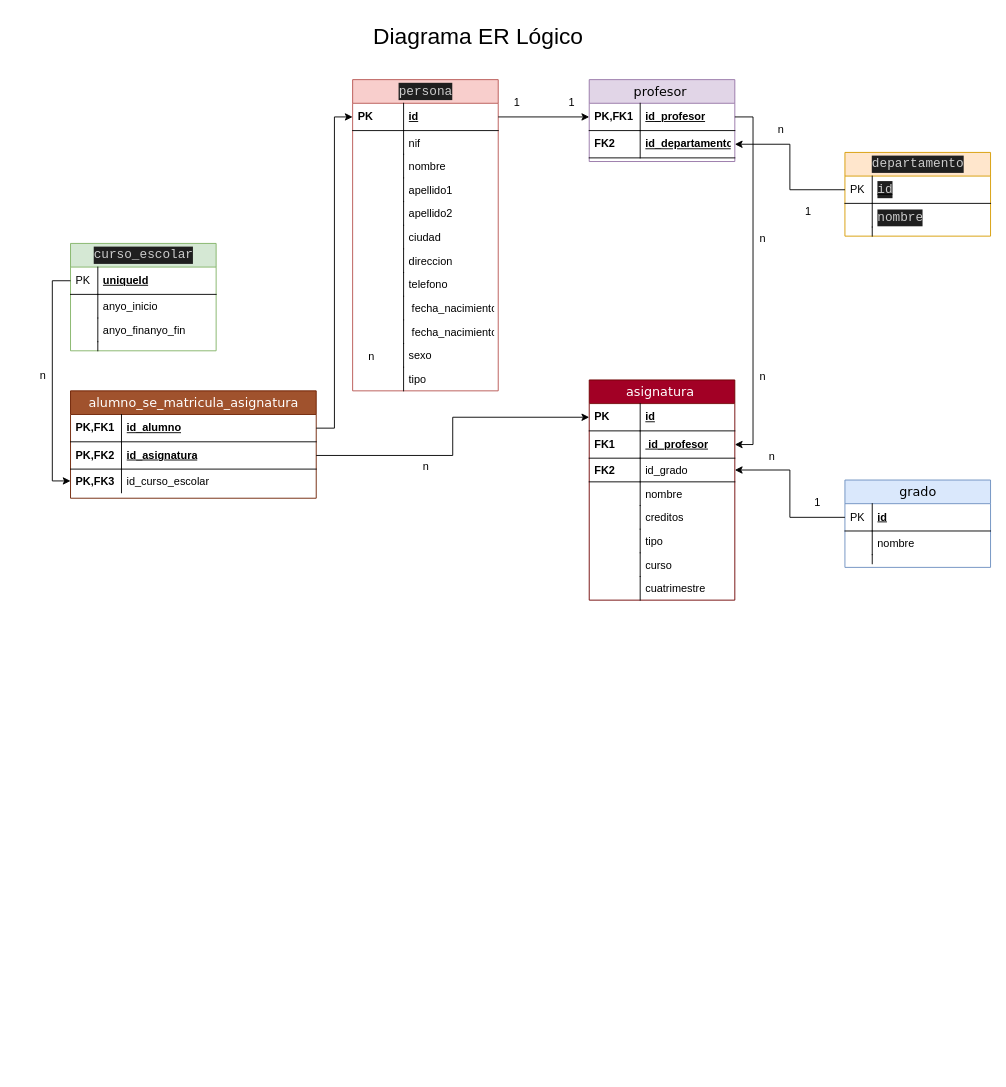
This is Examen.drawio from artissce/BD_FALL2024, a draw.io file, before an edit. Source tidied: cells renumbered, new cells numbered last; positions are measured from the earlier drawing's top-left corner, leaving out a move shared by most shapes. Both pictures are drawn from the tidied source at 91%, with x=0, y=0 at pixel (15, 15).
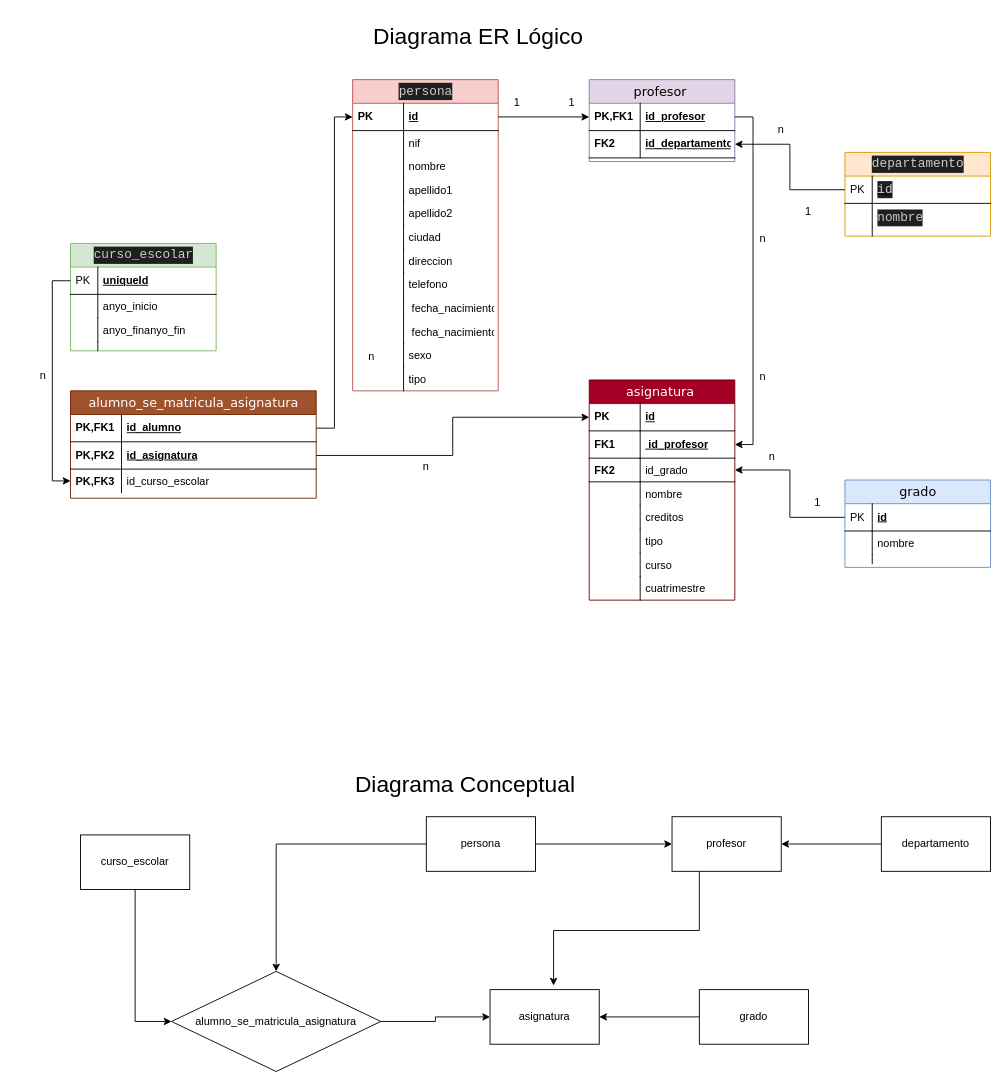
The same page after the edit.

The edit, as a diff of the source:
```diff
@@
+    <mxCell id="98" style="edgeStyle=orthogonalEdgeStyle;rounded=0;jettySize=auto;html=1;exitX=0.5;exitY=1;exitDx=0;exitDy=0;entryX=0;entryY=0.5;entryDx=0;entryDy=0;" parent="1" edge="1" source="99" target="102">
+      <mxGeometry relative="1" as="geometry" />
+    </mxCell>
+    <mxCell id="99" value="curso_escolar" style="rounded=0;whiteSpace=wrap;html=1;" parent="1" vertex="1">
+      <mxGeometry x="71" y="900" width="120" height="60" as="geometry" />
+    </mxCell>
+    <mxCell id="100" value="asignatura" style="rounded=0;whiteSpace=wrap;html=1;" parent="1" vertex="1">
+      <mxGeometry x="521" y="1070" width="120" height="60" as="geometry" />
+    </mxCell>
+    <mxCell id="101" style="edgeStyle=orthogonalEdgeStyle;rounded=0;jettySize=auto;html=1;exitX=1;exitY=0.5;exitDx=0;exitDy=0;entryX=0;entryY=0.5;entryDx=0;entryDy=0;" parent="1" edge="1" source="102" target="100">
+      <mxGeometry relative="1" as="geometry" />
+    </mxCell>
+    <mxCell id="102" value="alumno_se_matricula_asignatura" style="rhombus;whiteSpace=wrap;html=1;" parent="1" vertex="1">
+      <mxGeometry x="171" y="1050" width="230" height="110" as="geometry" />
+    </mxCell>
+    <mxCell id="103" style="edgeStyle=orthogonalEdgeStyle;rounded=0;jettySize=auto;html=1;exitX=1;exitY=0.5;exitDx=0;exitDy=0;entryX=0;entryY=0.5;entryDx=0;entryDy=0;" parent="1" edge="1" source="105" target="106">
+      <mxGeometry relative="1" as="geometry" />
+    </mxCell>
+    <mxCell id="104" style="edgeStyle=orthogonalEdgeStyle;rounded=0;jettySize=auto;html=1;exitX=0;exitY=0.5;exitDx=0;exitDy=0;entryX=0.5;entryY=0;entryDx=0;entryDy=0;" parent="1" edge="1" source="105" target="102">
+      <mxGeometry relative="1" as="geometry" />
+    </mxCell>
+    <mxCell id="105" value="persona" style="rounded=0;whiteSpace=wrap;html=1;" parent="1" vertex="1">
+      <mxGeometry x="451" y="880" width="120" height="60" as="geometry" />
+    </mxCell>
+    <mxCell id="106" value="profesor" style="rounded=0;whiteSpace=wrap;html=1;" parent="1" vertex="1">
+      <mxGeometry x="721" y="880" width="120" height="60" as="geometry" />
+    </mxCell>
+    <mxCell id="107" style="edgeStyle=orthogonalEdgeStyle;rounded=0;jettySize=auto;html=1;exitX=0;exitY=0.5;exitDx=0;exitDy=0;" parent="1" edge="1" source="108" target="100">
+      <mxGeometry relative="1" as="geometry" />
+    </mxCell>
+    <mxCell id="108" value="grado" style="rounded=0;whiteSpace=wrap;html=1;" parent="1" vertex="1">
+      <mxGeometry x="751" y="1070" width="120" height="60" as="geometry" />
+    </mxCell>
+    <mxCell id="109" style="edgeStyle=orthogonalEdgeStyle;rounded=0;jettySize=auto;html=1;exitX=0;exitY=0.5;exitDx=0;exitDy=0;entryX=1;entryY=0.5;entryDx=0;entryDy=0;" parent="1" edge="1" source="110" target="106">
+      <mxGeometry relative="1" as="geometry" />
+    </mxCell>
+    <mxCell id="110" value="departamento" style="rounded=0;whiteSpace=wrap;html=1;" parent="1" vertex="1">
+      <mxGeometry x="951" y="880" width="120" height="60" as="geometry" />
+    </mxCell>
+    <mxCell id="111" style="edgeStyle=orthogonalEdgeStyle;rounded=0;jettySize=auto;html=1;exitX=0.25;exitY=1;exitDx=0;exitDy=0;entryX=0.582;entryY=-0.074;entryDx=0;entryDy=0;entryPerimeter=0;" parent="1" edge="1" source="106" target="100">
+      <mxGeometry relative="1" as="geometry" />
+    </mxCell>
+    <mxCell id="112" value="&lt;p class=&quot;MsoSubtitle&quot;&gt;&lt;font style=&quot;font-size: 25px;&quot;&gt;Diagrama Conceptual&lt;/font&gt;&lt;/p&gt;" style="text;whiteSpace=wrap;html=1;" parent="1" vertex="1">
+      <mxGeometry x="371" y="810" width="270" height="60" as="geometry" />
+    </mxCell>
```
